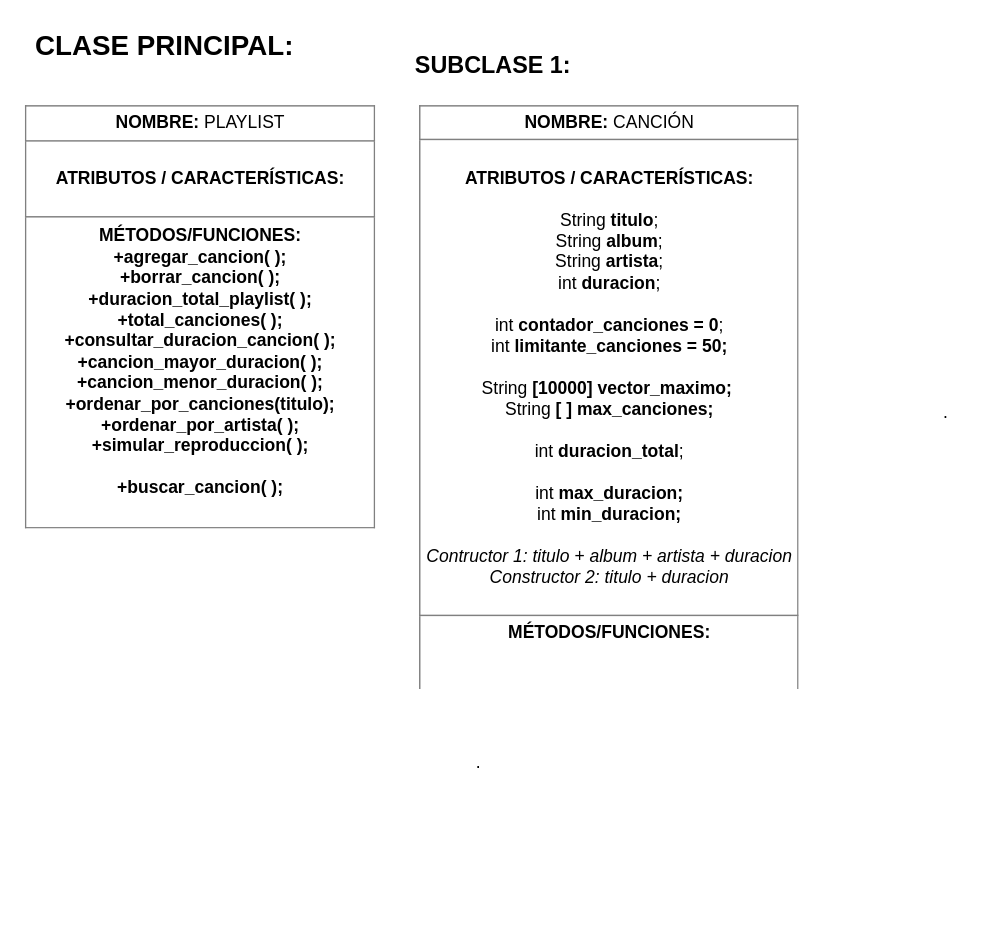
Before: TP1.drawio in Chincho21/POO1, a draw.io diagram. Source tidied: cells renumbered, new cells numbered last; positions are measured from the earlier drawing's top-left corner, leaving out a move shared by most shapes. Both pictures are drawn from the tidied source at 146%, with x=0, y=0 at pixel (25, 32).
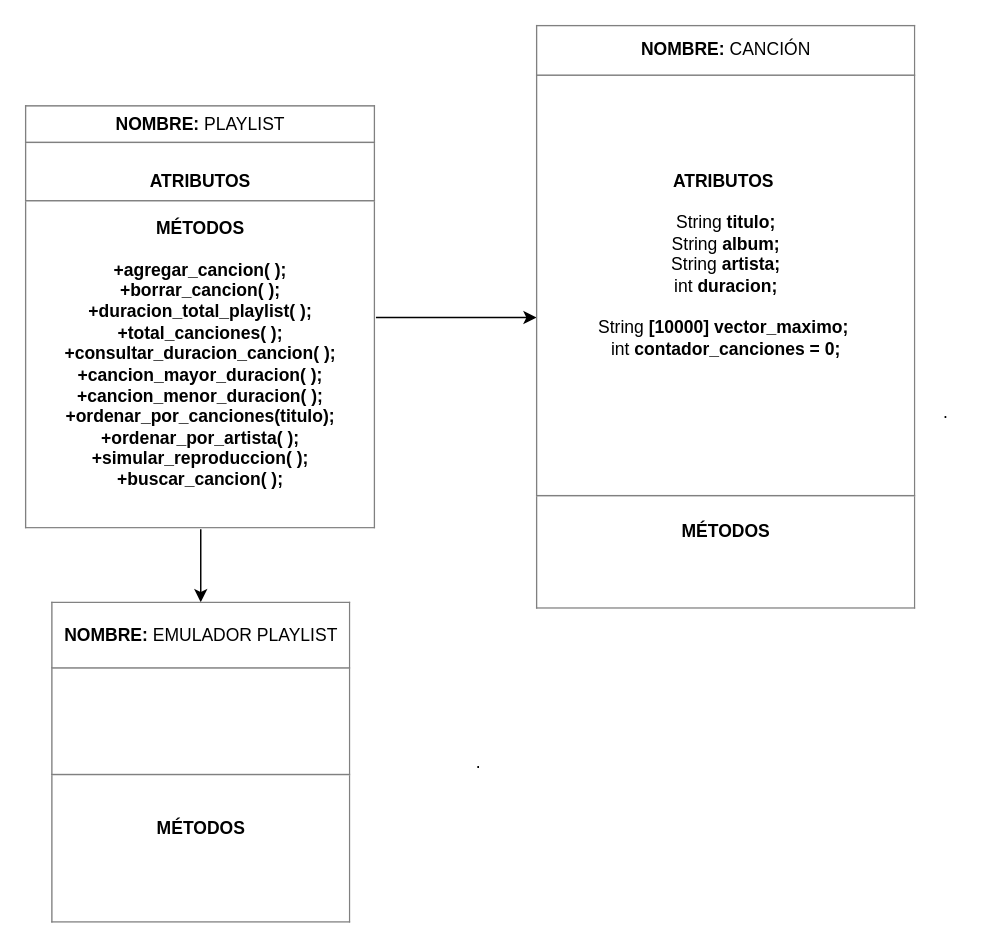
Above is the later version.

Change to the diagram source:
```diff
@@
 <mxGraphModel>
   <root>
     <mxCell id="0" />
     <mxCell id="1" parent="0" />
+    <mxCell id="8" style="edgeStyle=orthogonalEdgeStyle;rounded=0;jettySize=auto;html=1;" parent="1" edge="1" source="2" target="4">
+      <mxGeometry relative="1" as="geometry" />
+    </mxCell>
+    <mxCell id="9" style="edgeStyle=orthogonalEdgeStyle;rounded=0;jettySize=auto;html=1;exitX=0.5;exitY=1;exitDx=0;exitDy=0;entryX=0.5;entryY=0;entryDx=0;entryDy=0;" parent="1" edge="1" source="2" target="10">
+      <mxGeometry relative="1" as="geometry" />
+    </mxCell>
-    <mxCell id="2" value="&lt;table border=&quot;1&quot; width=&quot;100%&quot; cellpadding=&quot;4&quot; style=&quot;width: 100% ; height: 100% ; border-collapse: collapse&quot;&gt;&lt;tbody&gt;&lt;tr&gt;&lt;th align=&quot;center&quot;&gt;NOMBRE: &lt;span style=&quot;font-weight: normal&quot;&gt;PLAYLIST&lt;/span&gt;&lt;/th&gt;&lt;/tr&gt;&lt;tr&gt;&lt;td align=&quot;center&quot;&gt;&lt;br&gt;&lt;b&gt;ATRIBUTOS / CARACTERÍSTICAS:&lt;/b&gt;&lt;br&gt;&lt;br&gt;&lt;/td&gt;&lt;/tr&gt;&lt;tr&gt;&lt;td align=&quot;center&quot;&gt;&lt;b&gt;MÉTODOS/FUNCIONES:&lt;br&gt;+agregar_cancion( );&lt;br&gt;+borrar_cancion( );&lt;br&gt;+duracion_total_playlist( );&lt;br&gt;+total_canciones( );&lt;br&gt;+consultar_duracion_cancion( );&lt;br&gt;+cancion_mayor_duracion( );&lt;br&gt;+cancion_menor_duracion( );&lt;br&gt;+ordenar_por_canciones(titulo);&lt;br&gt;&lt;/b&gt;&lt;b&gt;+ordenar_por_artista( );&lt;br&gt;&lt;/b&gt;&lt;b&gt;+simular_reproduccion( );&lt;br&gt;&lt;br&gt;&lt;/b&gt;&lt;b&gt;+buscar_cancion( );&lt;/b&gt;&lt;b&gt;&lt;br&gt;&lt;br&gt;&lt;/b&gt;&lt;/td&gt;&lt;/tr&gt;&lt;/tbody&gt;&lt;/table&gt;" style="text;html=1;strokeColor=none;fillColor=none;overflow=fill;" parent="1" vertex="1">
+    <mxCell id="2" value="&lt;table border=&quot;1&quot; width=&quot;100%&quot; cellpadding=&quot;4&quot; style=&quot;width: 100% ; height: 100% ; border-collapse: collapse&quot;&gt;&lt;tbody&gt;&lt;tr&gt;&lt;th align=&quot;center&quot;&gt;NOMBRE: &lt;span style=&quot;font-weight: normal&quot;&gt;PLAYLIST&lt;/span&gt;&lt;/th&gt;&lt;/tr&gt;&lt;tr&gt;&lt;td align=&quot;center&quot;&gt;&lt;br&gt;&lt;b&gt;ATRIBUTOS&lt;/b&gt;&lt;br&gt;&lt;/td&gt;&lt;/tr&gt;&lt;tr&gt;&lt;td align=&quot;center&quot;&gt;&lt;b&gt;MÉTODOS&lt;br&gt;&lt;br&gt;+agregar_cancion( );&lt;br&gt;+borrar_cancion( );&lt;br&gt;+duracion_total_playlist( );&lt;br&gt;+total_canciones( );&lt;br&gt;+consultar_duracion_cancion( );&lt;br&gt;+cancion_mayor_duracion( );&lt;br&gt;+cancion_menor_duracion( );&lt;br&gt;+ordenar_por_canciones(titulo);&lt;br&gt;&lt;/b&gt;&lt;b&gt;+ordenar_por_artista( );&lt;br&gt;&lt;/b&gt;&lt;b&gt;+simular_reproduccion( );&lt;br&gt;&lt;/b&gt;&lt;b&gt;+buscar_cancion( );&lt;/b&gt;&lt;b&gt;&lt;br&gt;&lt;br&gt;&lt;/b&gt;&lt;/td&gt;&lt;/tr&gt;&lt;/tbody&gt;&lt;/table&gt;" style="text;html=1;strokeColor=none;fillColor=none;overflow=fill;" parent="1" vertex="1">
       <mxGeometry y="50" width="240" height="290" as="geometry" />
     </mxCell>
-    <mxCell id="3" value="&lt;font style=&quot;font-size: 19px&quot;&gt;&lt;b&gt;CLASE PRINCIPAL:&lt;/b&gt;&lt;/font&gt;" style="text;html=1;align=center;verticalAlign=middle;" parent="1" vertex="1">
-      <mxGeometry width="190" height="20" as="geometry" />
-    </mxCell>
-    <mxCell id="4" value="&lt;table border=&quot;1&quot; width=&quot;100%&quot; cellpadding=&quot;4&quot; style=&quot;width: 100% ; height: 100% ; border-collapse: collapse&quot;&gt;&lt;tbody&gt;&lt;tr&gt;&lt;th align=&quot;center&quot;&gt;NOMBRE: &lt;span style=&quot;font-weight: normal&quot;&gt;CANCIÓN&lt;/span&gt;&lt;/th&gt;&lt;/tr&gt;&lt;tr&gt;&lt;td align=&quot;center&quot;&gt;&lt;br&gt;&lt;b&gt;ATRIBUTOS / CARACTERÍSTICAS:&lt;/b&gt;&lt;br&gt;&lt;br&gt;String &lt;b&gt;titulo&lt;/b&gt;;&lt;br&gt;String &lt;b&gt;album&lt;/b&gt;;&lt;br&gt;String &lt;b&gt;artista&lt;/b&gt;;&lt;br&gt;int &lt;b&gt;duracion&lt;/b&gt;;&lt;br&gt;&lt;br&gt;int &lt;b&gt;contador_canciones = 0&lt;/b&gt;;&lt;br&gt;int &lt;b&gt;limitante_canciones = 50;&lt;br&gt;&lt;/b&gt;&lt;br&gt;String &lt;b&gt;[10000] vector_maximo;&lt;/b&gt;&amp;nbsp;&lt;br&gt;String &lt;b&gt;[ ] max_canciones;&lt;/b&gt;&lt;br&gt;&lt;br&gt;int &lt;b&gt;duracion_total&lt;/b&gt;;&lt;br&gt;&lt;br&gt;int&lt;b&gt; max_duracion;&lt;/b&gt;&lt;br&gt;int &lt;b&gt;min_duracion;&lt;br&gt;&lt;/b&gt;&lt;br&gt;&lt;i&gt;Contructor 1: titulo + album + artista + duracion&lt;/i&gt;&lt;br&gt;&lt;i&gt;Constructor 2: titulo + duracion&lt;/i&gt;&lt;br&gt;&lt;br&gt;&lt;/td&gt;&lt;/tr&gt;&lt;tr&gt;&lt;td align=&quot;center&quot;&gt;&lt;b&gt;MÉTODOS/FUNCIONES:&lt;br&gt;&lt;br&gt;&lt;br&gt;&lt;/b&gt;&lt;/td&gt;&lt;/tr&gt;&lt;/tbody&gt;&lt;/table&gt;" style="text;html=1;strokeColor=none;fillColor=none;overflow=fill;" parent="1" vertex="1">
-      <mxGeometry x="270" y="50" width="260" height="400" as="geometry" />
+    <mxCell id="4" value="&lt;table border=&quot;1&quot; width=&quot;100%&quot; cellpadding=&quot;4&quot; style=&quot;width: 100% ; height: 100% ; border-collapse: collapse&quot;&gt;&lt;tbody&gt;&lt;tr&gt;&lt;th align=&quot;center&quot;&gt;NOMBRE: &lt;span style=&quot;font-weight: normal&quot;&gt;CANCIÓN&lt;/span&gt;&lt;/th&gt;&lt;/tr&gt;&lt;tr&gt;&lt;td align=&quot;center&quot;&gt;&lt;br&gt;&lt;b&gt;ATRIBUTOS&amp;nbsp;&lt;br&gt;&lt;/b&gt;&lt;br&gt;String &lt;b&gt;titulo;&lt;/b&gt;&lt;br&gt;String &lt;b&gt;album;&lt;/b&gt;&lt;br&gt;String &lt;b&gt;artista;&lt;/b&gt;&lt;br&gt;int &lt;b&gt;duracion;&lt;/b&gt;&lt;b&gt;&lt;br&gt;&lt;/b&gt;&lt;br&gt;String &lt;b&gt;[10000] vector_maximo;&lt;/b&gt;&amp;nbsp;&lt;br&gt;int&amp;nbsp;&lt;b&gt;contador_canciones = 0;&lt;/b&gt;&lt;br&gt;&lt;br&gt;&lt;br&gt;&lt;br&gt;&lt;/td&gt;&lt;/tr&gt;&lt;tr&gt;&lt;td align=&quot;center&quot;&gt;&lt;b&gt;MÉTODOS&lt;br&gt;&lt;br&gt;&lt;br&gt;&lt;/b&gt;&lt;/td&gt;&lt;/tr&gt;&lt;/tbody&gt;&lt;/table&gt;" style="text;html=1;strokeColor=none;fillColor=none;overflow=fill;" parent="1" vertex="1">
+      <mxGeometry x="350" y="-5" width="260" height="400" as="geometry" />
     </mxCell>
-    <mxCell id="5" value="&lt;font style=&quot;font-size: 16px&quot;&gt;SUBCLASE 1:&lt;/font&gt;" style="text;strokeColor=none;fillColor=none;html=1;fontSize=24;fontStyle=1;verticalAlign=middle;align=center;" parent="1" vertex="1">
-      <mxGeometry x="270" width="100" height="40" as="geometry" />
-    </mxCell>
     <mxCell id="6" value="." style="text;html=1;align=center;verticalAlign=middle;" parent="1" vertex="1">
       <mxGeometry x="300" y="490" width="20" height="20" as="geometry" />
     </mxCell>
     <mxCell id="7" value="." style="text;html=1;align=center;verticalAlign=middle;" parent="1" vertex="1">
       <mxGeometry x="620" y="250" width="20" height="20" as="geometry" />
     </mxCell>
+    <mxCell id="10" value="&lt;table border=&quot;1&quot; width=&quot;100%&quot; cellpadding=&quot;4&quot; style=&quot;width: 100% ; height: 100% ; border-collapse: collapse&quot;&gt;&lt;tbody&gt;&lt;tr&gt;&lt;th align=&quot;center&quot;&gt;NOMBRE: &lt;span style=&quot;font-weight: normal&quot;&gt;EMULADOR PLAYLIST&lt;/span&gt;&lt;/th&gt;&lt;/tr&gt;&lt;tr&gt;&lt;td align=&quot;center&quot;&gt;&lt;br&gt;&lt;br&gt;&lt;/td&gt;&lt;/tr&gt;&lt;tr&gt;&lt;td align=&quot;center&quot;&gt;&lt;b&gt;MÉTODOS&lt;br&gt;&lt;br&gt;&lt;br&gt;&lt;/b&gt;&lt;/td&gt;&lt;/tr&gt;&lt;/tbody&gt;&lt;/table&gt;" style="text;html=1;strokeColor=none;fillColor=none;overflow=fill;" parent="1" vertex="1">
+      <mxGeometry x="17.5" y="390" width="205" height="220" as="geometry" />
+    </mxCell>
   </root>
 </mxGraphModel>
```
